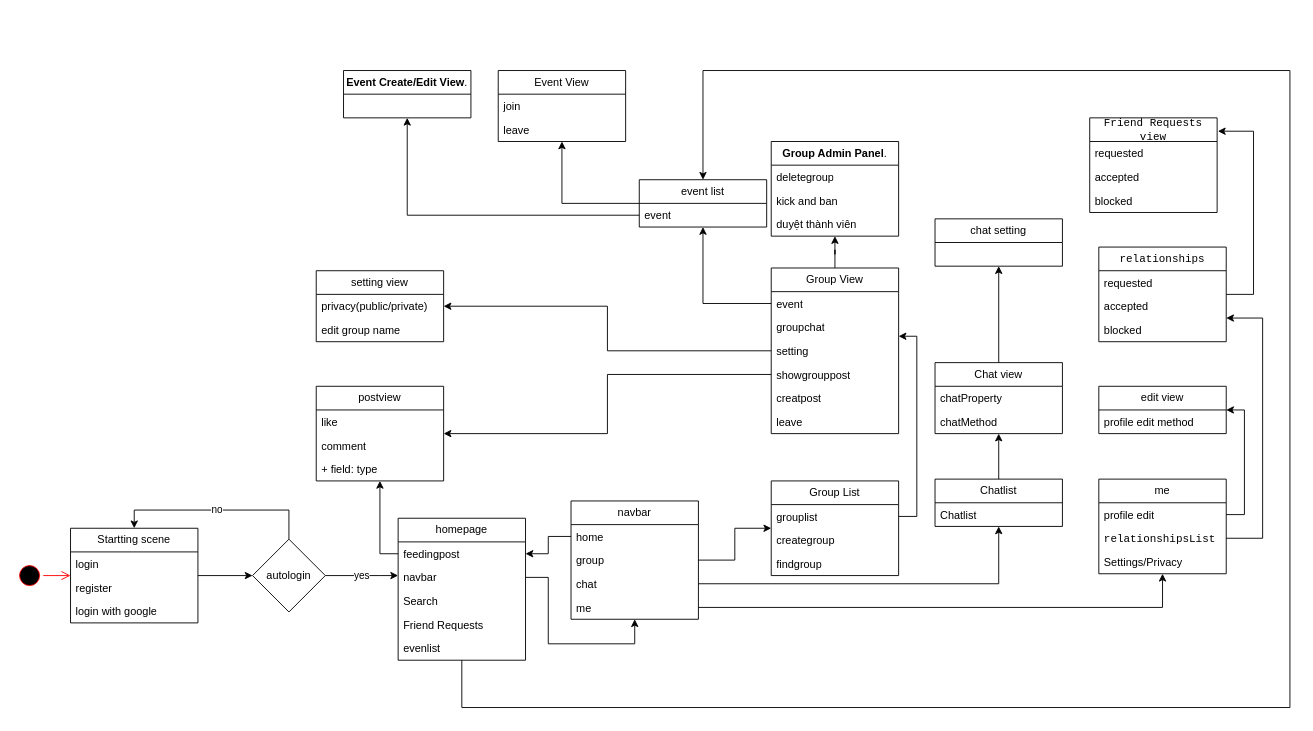
Before: page "Sitemap" (3 of 3) of other/nanaclu_usercase.drawio in anh1124/NanaClu, a draw.io diagram. Source tidied: cells renumbered, new cells numbered last; positions are measured from the earlier drawing's top-left corner, leaving out a move shared by most shapes. Both pictures are drawn from the tidied source at 91%, with x=0, y=0 at pixel (15, 70).
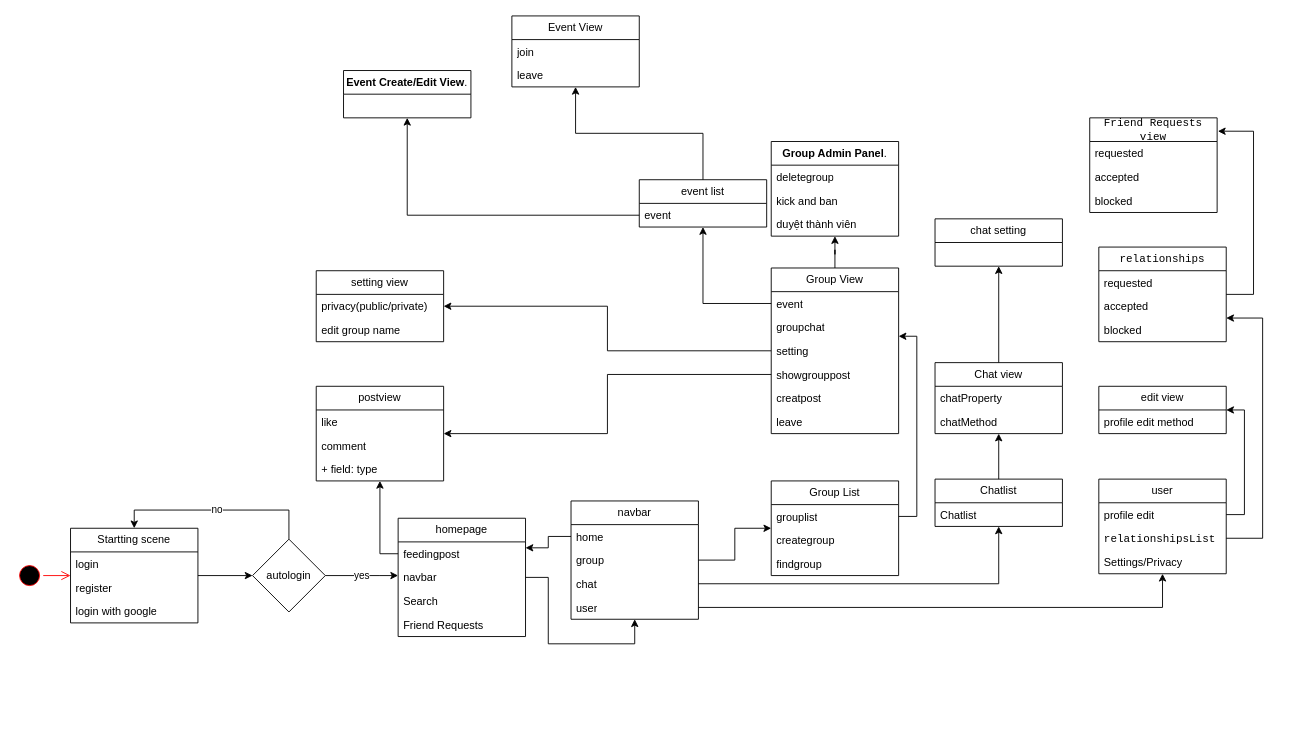
The same diagram, later.

Unchanged cells that the change refers to:
```xml
<mxCell id="18" value="navbar" style="swimlane;fontStyle=0;horizontal=1;startSize=26;fillColor=none;whiteSpace=wrap;html=1;" parent="1" vertex="1">
  <mxGeometry x="610" y="473" width="140" height="130" as="geometry" />
</mxCell>
<mxCell id="53" value="event list" style="swimlane;fontStyle=0;horizontal=1;startSize=26;fillColor=none;whiteSpace=wrap;html=1;" parent="1" vertex="1">
  <mxGeometry x="685" y="120" width="140" height="52" as="geometry" />
</mxCell>
```

Change to the diagram source:
```diff
@@
     <mxCell id="12" value="homepage" style="swimlane;fontStyle=0;horizontal=1;startSize=26;fillColor=none;whiteSpace=wrap;html=1;" parent="1" vertex="1">
-      <mxGeometry x="420" y="492" width="140" height="156" as="geometry" />
+      <mxGeometry x="420" y="492" width="140" height="130" as="geometry" />
     </mxCell>
@@
-    <mxCell id="17" value="evenlist" style="text;strokeColor=none;fillColor=none;align=left;verticalAlign=top;spacingLeft=4;spacingRight=4;overflow=hidden;points=[[0,0.5],[1,0.5]];portConstraint=eastwest;whiteSpace=wrap;html=1;" parent="12" vertex="1">
-      <mxGeometry y="130" width="140" height="26" as="geometry" />
-    </mxCell>
@@
-    <mxCell id="22" value="me" style="text;strokeColor=none;fillColor=none;align=left;verticalAlign=top;spacingLeft=4;spacingRight=4;overflow=hidden;points=[[0,0.5],[1,0.5]];portConstraint=eastwest;whiteSpace=wrap;html=1;" parent="18" vertex="1">
+    <mxCell id="22" value="user" style="text;strokeColor=none;fillColor=none;align=left;verticalAlign=top;spacingLeft=4;spacingRight=4;overflow=hidden;points=[[0,0.5],[1,0.5]];portConstraint=eastwest;whiteSpace=wrap;html=1;" parent="18" vertex="1">
       <mxGeometry y="104" width="140" height="26" as="geometry" />
     </mxCell>
@@
-    <mxCell id="38" value="me" style="swimlane;fontStyle=0;horizontal=1;startSize=26;fillColor=none;whiteSpace=wrap;html=1;" parent="1" vertex="1">
+    <mxCell id="38" value="user" style="swimlane;fontStyle=0;horizontal=1;startSize=26;fillColor=none;whiteSpace=wrap;html=1;" parent="1" vertex="1">
       <mxGeometry x="1190" y="449" width="140" height="104" as="geometry" />
     </mxCell>
@@
-    <mxCell id="74" style="edgeStyle=orthogonalEdgeStyle;rounded=0;jettySize=auto;html=1;entryX=0.5;entryY=0;entryDx=0;entryDy=0;" parent="1" edge="1" source="17" target="53">
-      <mxGeometry relative="1" as="geometry">
-        <Array as="points">
-          <mxPoint x="490" y="700" />
-          <mxPoint x="1400" y="700" />
-          <mxPoint x="1400" />
-          <mxPoint x="755" />
-        </Array>
-      </mxGeometry>
-    </mxCell>
@@
     <mxCell id="82" value="Event View" style="swimlane;fontStyle=0;horizontal=1;startSize=26;fillColor=none;whiteSpace=wrap;html=1;" parent="1" vertex="1">
-      <mxGeometry x="530" width="140" height="78" as="geometry" />
+      <mxGeometry x="545" y="-60" width="140" height="78" as="geometry" />
     </mxCell>
```
